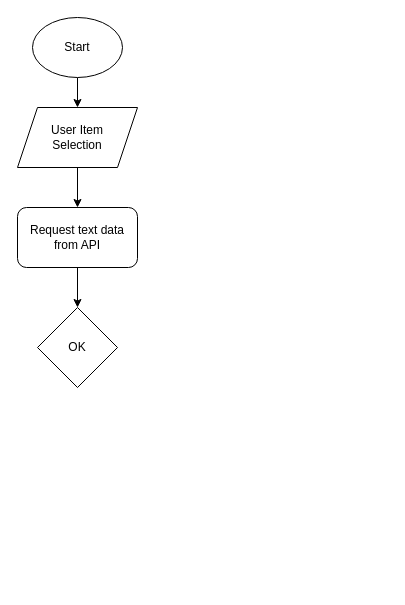
Before: WYWM_WebDesignIntro.drawio in TartanSpartan117/StarWars, a draw.io diagram. Source tidied: cells renumbered, new cells numbered last; positions are measured from the earlier drawing's top-left corner, leaving out a move shared by most shapes. Both pictures are drawn from the tidied source at 100%, with x=0, y=0 at pixel (17, 17).
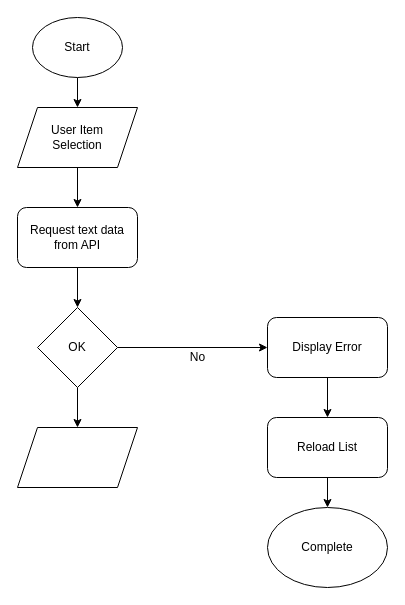
The same page after the edit.

The edit, as a diff of the source:
```diff
@@
 <mxGraphModel>
   <root>
     <mxCell id="0" />
     <mxCell id="1" parent="0" />
     <mxCell id="2" style="edgeStyle=orthogonalEdgeStyle;rounded=0;jettySize=auto;html=1;" parent="1" edge="1" source="3" target="5">
       <mxGeometry relative="1" as="geometry" />
     </mxCell>
     <mxCell id="3" value="Start" style="ellipse;whiteSpace=wrap;html=1;" parent="1" vertex="1">
       <mxGeometry x="15" width="90" height="60" as="geometry" />
     </mxCell>
     <mxCell id="4" style="edgeStyle=orthogonalEdgeStyle;rounded=0;jettySize=auto;html=1;" parent="1" edge="1" source="5" target="7">
       <mxGeometry relative="1" as="geometry" />
     </mxCell>
     <mxCell id="5" value="User Item &lt;br&gt;Selection" style="shape=parallelogram;perimeter=parallelogramPerimeter;whiteSpace=wrap;html=1;fixedSize=1;" parent="1" vertex="1">
       <mxGeometry y="90" width="120" height="60" as="geometry" />
     </mxCell>
     <mxCell id="6" style="edgeStyle=orthogonalEdgeStyle;rounded=0;jettySize=auto;html=1;" parent="1" edge="1" source="7" target="8">
       <mxGeometry relative="1" as="geometry" />
     </mxCell>
     <mxCell id="7" value="Request text data&lt;br&gt;from API" style="rounded=1;whiteSpace=wrap;html=1;" parent="1" vertex="1">
       <mxGeometry y="190" width="120" height="60" as="geometry" />
     </mxCell>
+    <mxCell id="9" style="edgeStyle=orthogonalEdgeStyle;rounded=0;jettySize=auto;html=1;" parent="1" edge="1" source="8" target="14">
+      <mxGeometry relative="1" as="geometry" />
+    </mxCell>
+    <mxCell id="10" style="edgeStyle=orthogonalEdgeStyle;rounded=0;jettySize=auto;html=1;" parent="1" edge="1" source="8" target="17">
+      <mxGeometry relative="1" as="geometry" />
+    </mxCell>
     <mxCell id="8" value="OK" style="rhombus;whiteSpace=wrap;html=1;" parent="1" vertex="1">
       <mxGeometry x="20" y="290" width="80" height="80" as="geometry" />
     </mxCell>
+    <mxCell id="11" style="edgeStyle=orthogonalEdgeStyle;rounded=0;jettySize=auto;html=1;" parent="1" edge="1" source="12" target="15">
+      <mxGeometry relative="1" as="geometry" />
+    </mxCell>
+    <mxCell id="12" value="Reload List" style="rounded=1;whiteSpace=wrap;html=1;" parent="1" vertex="1">
+      <mxGeometry x="250" y="400" width="120" height="60" as="geometry" />
+    </mxCell>
+    <mxCell id="13" style="edgeStyle=orthogonalEdgeStyle;rounded=0;jettySize=auto;html=1;" parent="1" edge="1" source="14" target="12">
+      <mxGeometry relative="1" as="geometry" />
+    </mxCell>
+    <mxCell id="14" value="Display Error" style="rounded=1;whiteSpace=wrap;html=1;" parent="1" vertex="1">
+      <mxGeometry x="250" y="300" width="120" height="60" as="geometry" />
+    </mxCell>
+    <mxCell id="15" value="Complete" style="ellipse;whiteSpace=wrap;html=1;" parent="1" vertex="1">
+      <mxGeometry x="250" y="490" width="120" height="80" as="geometry" />
+    </mxCell>
+    <mxCell id="16" value="No" style="text;html=1;align=center;verticalAlign=middle;fillColor=none;strokeColor=none;rounded=0;" parent="1" vertex="1">
+      <mxGeometry x="165" y="330" width="30" height="20" as="geometry" />
+    </mxCell>
+    <mxCell id="17" style="shape=parallelogram;perimeter=parallelogramPerimeter;whiteSpace=wrap;html=1;fixedSize=1;" parent="1" vertex="1">
+      <mxGeometry y="410" width="120" height="60" as="geometry" />
+    </mxCell>
   </root>
 </mxGraphModel>
```
